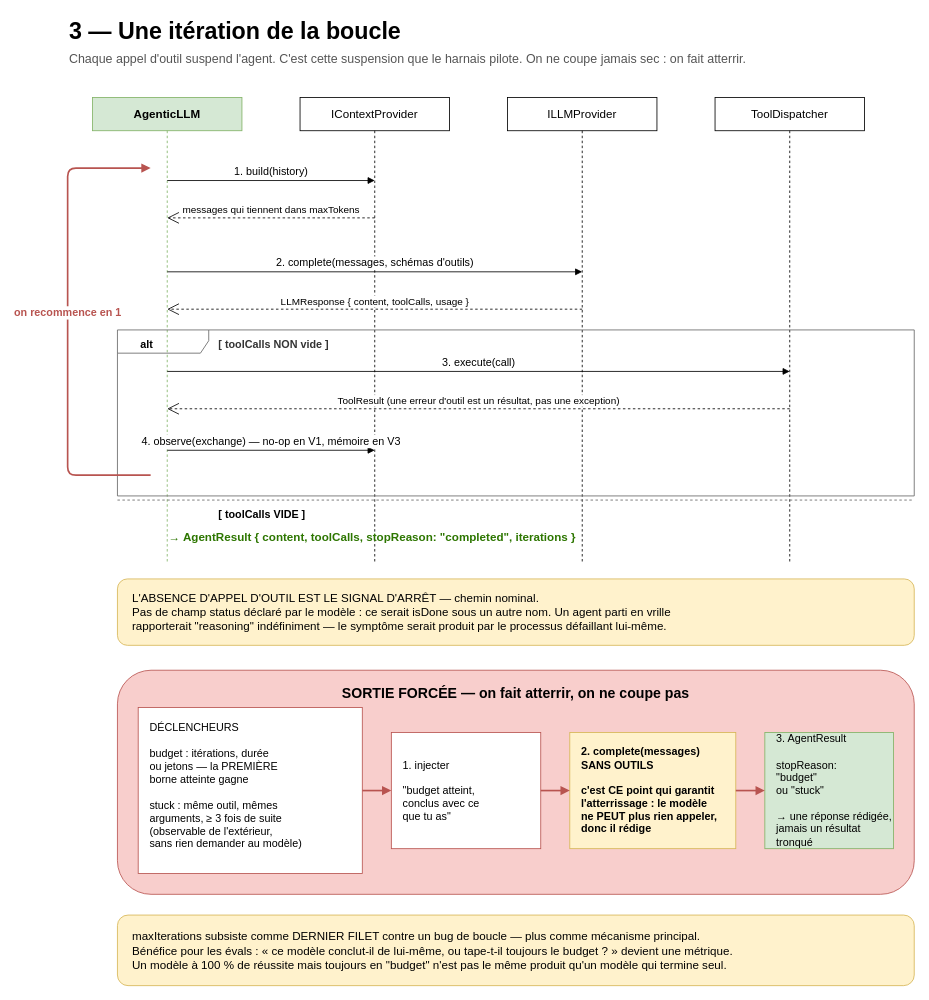
This is page "3 — Une itération" (3 of 5) of docs/schema/Architecture-agent-core.drawio from A-World-Felt/NATHAN-agent-package, a draw.io file, before an edit. Source tidied: cells renumbered, new cells numbered last; positions are measured from the earlier drawing's top-left corner, leaving out a move shared by most shapes. Both pictures are drawn from the tidied source at 83%, with x=0, y=0 at pixel (67, 14).
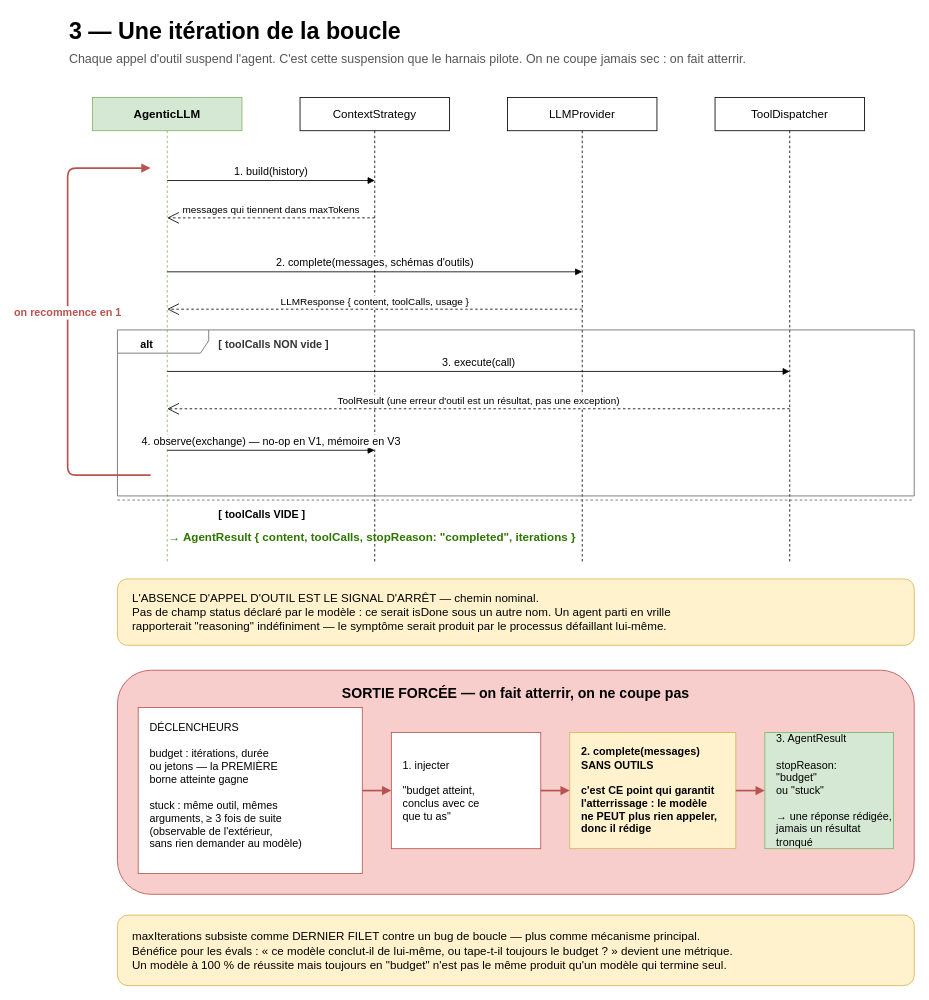
Above is the later version.

Diff of the diagram source:
```diff
@@
-    <mxCell id="5" value="IContextProvider" style="shape=umlLifeline;perimeter=lifelinePerimeter;whiteSpace=wrap;html=1;fontSize=14;" parent="1" vertex="1">
+    <mxCell id="5" value="ContextStrategy" style="shape=umlLifeline;perimeter=lifelinePerimeter;whiteSpace=wrap;html=1;fontSize=14;" parent="1" vertex="1">
       <mxGeometry x="280" y="100" width="180" height="560" as="geometry" />
     </mxCell>
-    <mxCell id="6" value="ILLMProvider" style="shape=umlLifeline;perimeter=lifelinePerimeter;whiteSpace=wrap;html=1;fontSize=14;" parent="1" vertex="1">
+    <mxCell id="6" value="LLMProvider" style="shape=umlLifeline;perimeter=lifelinePerimeter;whiteSpace=wrap;html=1;fontSize=14;" parent="1" vertex="1">
       <mxGeometry x="530" y="100" width="180" height="560" as="geometry" />
     </mxCell>
```
